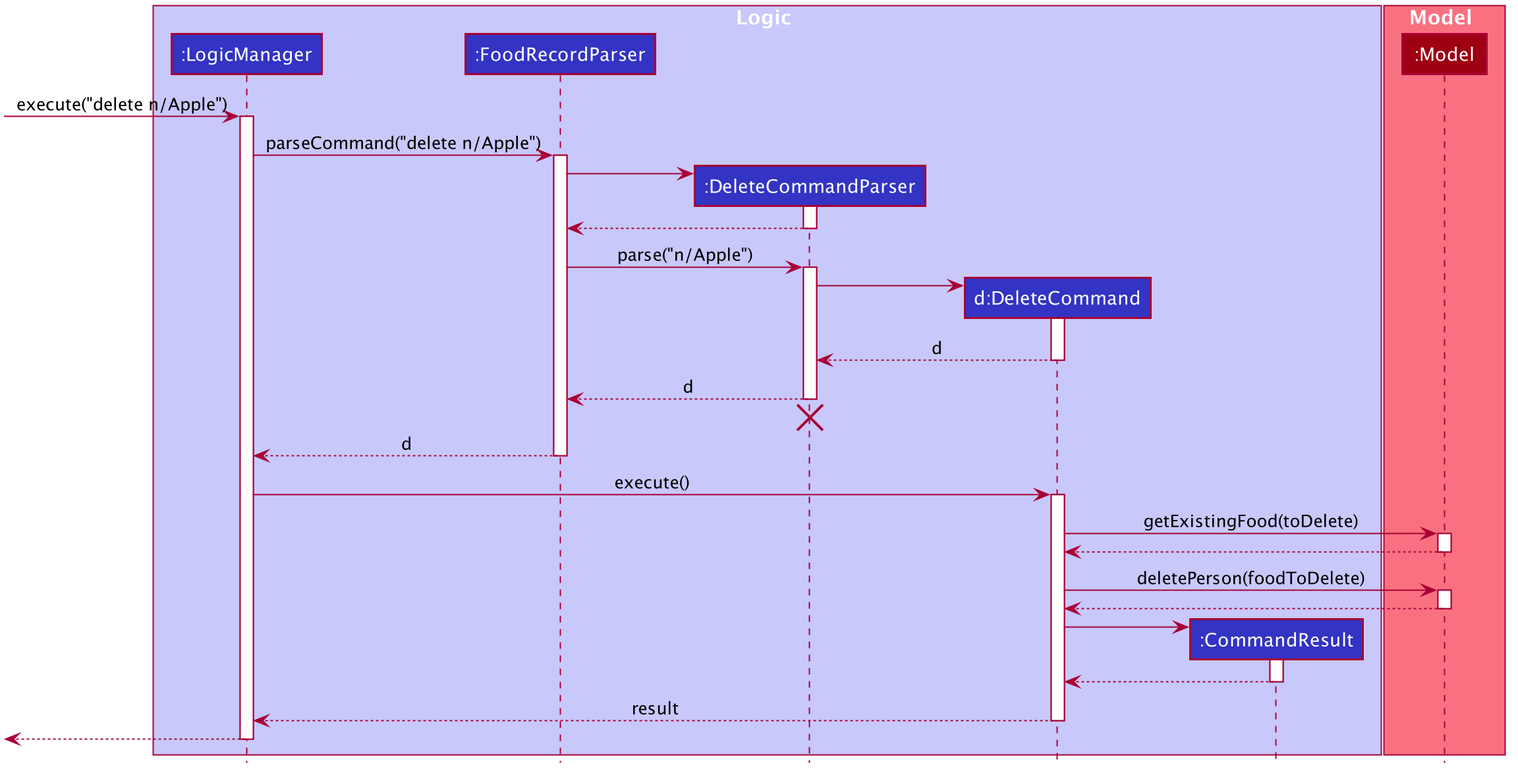
Earlier version of the PlantUML export images/DeleteSequenceDiagram.png (AY1920S2-CS2103T-F11-1/main). Source of this version:
```plantuml
@startuml








skinparam BackgroundColor #FFFFFFF

skinparam Shadowing false

skinparam Class {
    FontColor #FFFFFF
    BorderThickness 1
    BorderColor #FFFFFF
    StereotypeFontColor #FFFFFF
    FontName Arial
}

skinparam Actor {
    BorderColor #000000
    Color #000000
    FontName Arial
}

skinparam Sequence {
    MessageAlign center
    BoxFontSize 15
    BoxPadding 0
    BoxFontColor #FFFFFF
    FontName Arial
}

skinparam Participant {
    FontColor #FFFFFFF
    Padding 20
}

skinparam MinClassWidth 50
skinparam ParticipantPadding 10
skinparam Shadowing false
skinparam DefaultTextAlignment center
skinparam packageStyle Rectangle

hide footbox
hide members
hide circle

box Logic #C8C8FA
participant ":LogicManager" as LogicManager #3333C4
participant ":FoodRecordParser" as FoodRecordParser #3333C4
participant ":DeleteCommandParser" as DeleteCommandParser #3333C4
participant "d:DeleteCommand" as DeleteCommand #3333C4
participant ":CommandResult" as CommandResult #3333C4
end box

box Model #F97181
participant ":Model" as Model #9D0012
end box

[-> LogicManager : execute("delete n/Apple")
activate LogicManager

LogicManager -> FoodRecordParser : parseCommand("delete n/Apple")
activate FoodRecordParser

create DeleteCommandParser
FoodRecordParser -> DeleteCommandParser
activate DeleteCommandParser

DeleteCommandParser --> FoodRecordParser
deactivate DeleteCommandParser

FoodRecordParser -> DeleteCommandParser : parse("n/Apple")
activate DeleteCommandParser

create DeleteCommand
DeleteCommandParser -> DeleteCommand
activate DeleteCommand

DeleteCommand --> DeleteCommandParser : d
deactivate DeleteCommand

DeleteCommandParser --> FoodRecordParser : d
deactivate DeleteCommandParser
DeleteCommandParser -[hidden]-> FoodRecordParser
destroy DeleteCommandParser

FoodRecordParser --> LogicManager : d
deactivate FoodRecordParser

LogicManager -> DeleteCommand : execute()
activate DeleteCommand

DeleteCommand -> Model : getExistingFood(toDelete)
activate Model

Model --> DeleteCommand
deactivate Model

DeleteCommand -> Model : deletePerson(foodToDelete)
activate Model

Model --> DeleteCommand
deactivate Model

create CommandResult
DeleteCommand -> CommandResult
activate CommandResult

CommandResult --> DeleteCommand
deactivate CommandResult

DeleteCommand --> LogicManager : result
deactivate DeleteCommand

[<--LogicManager
deactivate LogicManager
@enduml
```
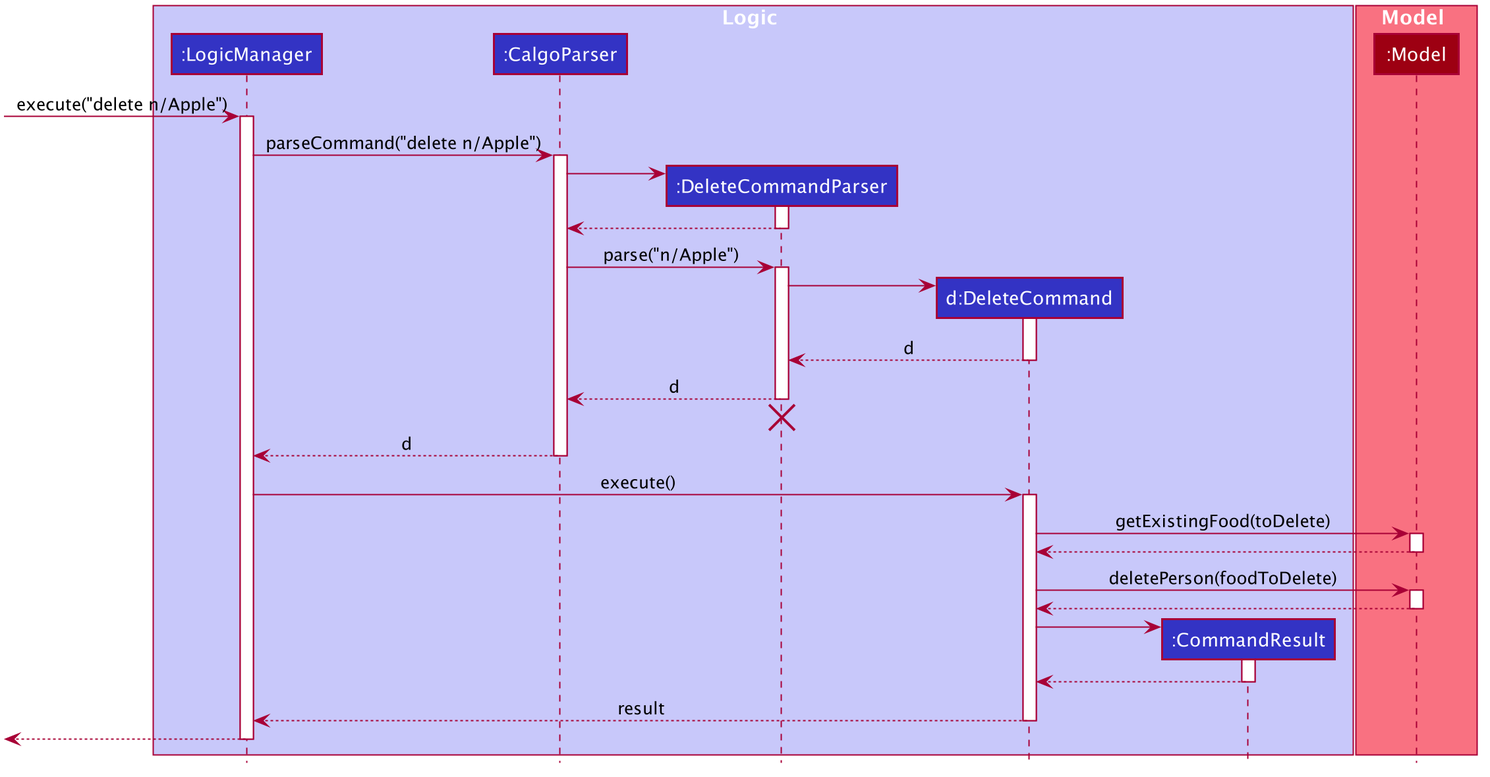
After the commit.

Diff of the diagram source:
```diff
@@ -1,4 +1,5 @@
 @startuml
+
 
 
 
@@ -50,7 +51,7 @@
 
 box Logic #C8C8FA
 participant ":LogicManager" as LogicManager #3333C4
-participant ":FoodRecordParser" as FoodRecordParser #3333C4
+participant ":CalgoParser" as CalgoParser #3333C4
 participant ":DeleteCommandParser" as DeleteCommandParser #3333C4
 participant "d:DeleteCommand" as DeleteCommand #3333C4
 participant ":CommandResult" as CommandResult #3333C4
@@ -63,17 +64,17 @@
 [-> LogicManager : execute("delete n/Apple")
 activate LogicManager
 
-LogicManager -> FoodRecordParser : parseCommand("delete n/Apple")
-activate FoodRecordParser
+LogicManager -> CalgoParser : parseCommand("delete n/Apple")
+activate CalgoParser
 
 create DeleteCommandParser
-FoodRecordParser -> DeleteCommandParser
+CalgoParser -> DeleteCommandParser
 activate DeleteCommandParser
 
-DeleteCommandParser --> FoodRecordParser
+DeleteCommandParser --> CalgoParser
 deactivate DeleteCommandParser
 
-FoodRecordParser -> DeleteCommandParser : parse("n/Apple")
+CalgoParser -> DeleteCommandParser : parse("n/Apple")
 activate DeleteCommandParser
 
 create DeleteCommand
@@ -83,13 +84,13 @@
 DeleteCommand --> DeleteCommandParser : d
 deactivate DeleteCommand
 
-DeleteCommandParser --> FoodRecordParser : d
+DeleteCommandParser --> CalgoParser : d
 deactivate DeleteCommandParser
-DeleteCommandParser -[hidden]-> FoodRecordParser
+DeleteCommandParser -[hidden]-> CalgoParser
 destroy DeleteCommandParser
 
-FoodRecordParser --> LogicManager : d
-deactivate FoodRecordParser
+CalgoParser --> LogicManager : d
+deactivate CalgoParser
 
 LogicManager -> DeleteCommand : execute()
 activate DeleteCommand
```
